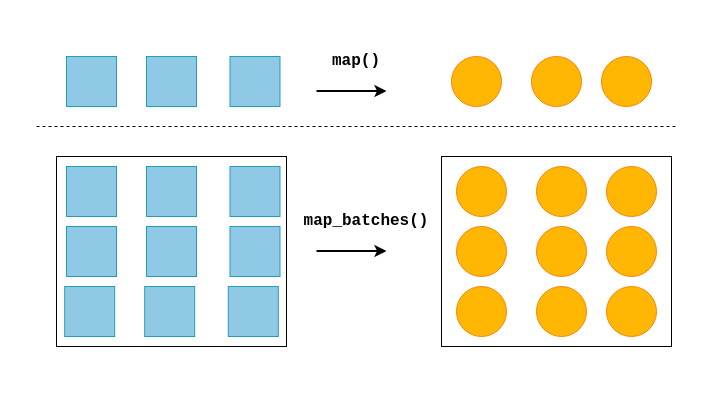
Earlier version of the draw.io diagram drawio/ch-ray-data/map-map-batches.drawio (godaai/scale-py-zh). Source tidied: cells renumbered, new cells numbered last; positions are measured from the earlier drawing's top-left corner, leaving out a move shared by most shapes. Both pictures are drawn from the tidied source at 100%, with x=0, y=0 at pixel (17, 17).
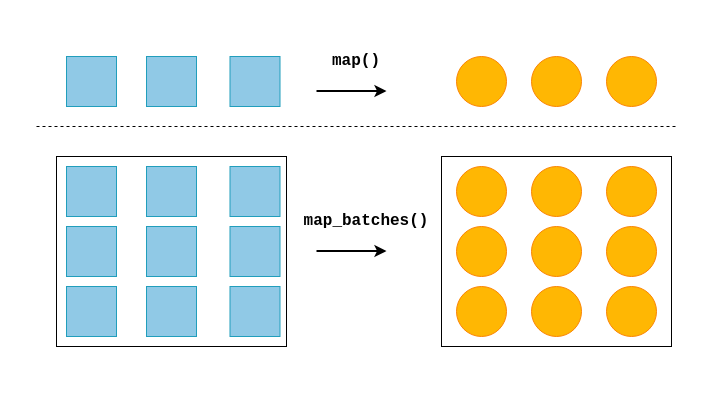
After the change.

What changed in the source:
```diff
@@
     <mxCell id="10" style="ellipse;whiteSpace=wrap;html=1;fontFamily=Courier New;fontSize=16;fillColor=#FFB703;strokeColor=#FB8402;" parent="1" vertex="1">
-      <mxGeometry x="434" y="39" width="50" height="50" as="geometry" />
+      <mxGeometry x="439" y="39" width="50" height="50" as="geometry" />
     </mxCell>
@@
     <mxCell id="12" style="ellipse;whiteSpace=wrap;html=1;fontFamily=Courier New;fontSize=16;fillColor=#FFB703;strokeColor=#FB8402;" parent="1" vertex="1">
-      <mxGeometry x="584" y="39" width="50" height="50" as="geometry" />
+      <mxGeometry x="589" y="39" width="50" height="50" as="geometry" />
     </mxCell>
@@
-    <mxCell id="17" value="&lt;font face=&quot;Courier New&quot; style=&quot;font-size: 16px;&quot;&gt;&lt;b&gt;map_batches()&lt;/b&gt;&lt;/font&gt;" style="text;html=1;strokeColor=none;fillColor=none;align=center;verticalAlign=middle;whiteSpace=wrap;rounded=0;" parent="1" vertex="1">
+    <mxCell id="17" value="&lt;font face=&quot;Courier New&quot; style=&quot;font-size: 16px;&quot;&gt;&lt;b style=&quot;&quot;&gt;map_batches()&lt;/b&gt;&lt;/font&gt;" style="text;html=1;strokeColor=none;fillColor=none;align=center;verticalAlign=middle;whiteSpace=wrap;rounded=0;" parent="1" vertex="1">
       <mxGeometry x="319" y="189" width="60" height="30" as="geometry" />
     </mxCell>
@@
     <mxCell id="19" style="ellipse;whiteSpace=wrap;html=1;fontFamily=Courier New;fontSize=16;fillColor=#FFB703;strokeColor=#FB8402;" parent="1" vertex="1">
-      <mxGeometry x="519" y="149" width="50" height="50" as="geometry" />
+      <mxGeometry x="514" y="149" width="50" height="50" as="geometry" />
     </mxCell>
@@
     <mxCell id="24" style="whiteSpace=wrap;html=1;fillColor=#90C9E6;strokeColor=#219EBC;" parent="1" vertex="1">
-      <mxGeometry x="47.2" y="269" width="50" height="50" as="geometry" />
+      <mxGeometry x="49" y="269" width="50" height="50" as="geometry" />
     </mxCell>
     <mxCell id="25" style="whiteSpace=wrap;html=1;fillColor=#90C9E6;strokeColor=#219EBC;" parent="1" vertex="1">
-      <mxGeometry x="127.2" y="269" width="50" height="50" as="geometry" />
+      <mxGeometry x="129" y="269" width="50" height="50" as="geometry" />
     </mxCell>
     <mxCell id="26" style="whiteSpace=wrap;html=1;fillColor=#90C9E6;strokeColor=#219EBC;" parent="1" vertex="1">
-      <mxGeometry x="210.8" y="269" width="50" height="50" as="geometry" />
+      <mxGeometry x="212.5" y="269" width="50" height="50" as="geometry" />
     </mxCell>
@@
     <mxCell id="28" style="ellipse;whiteSpace=wrap;html=1;fontFamily=Courier New;fontSize=16;fillColor=#FFB703;strokeColor=#FB8402;" parent="1" vertex="1">
-      <mxGeometry x="519" y="209" width="50" height="50" as="geometry" />
+      <mxGeometry x="514" y="209" width="50" height="50" as="geometry" />
     </mxCell>
@@
     <mxCell id="31" style="ellipse;whiteSpace=wrap;html=1;fontFamily=Courier New;fontSize=16;fillColor=#FFB703;strokeColor=#FB8402;" parent="1" vertex="1">
-      <mxGeometry x="519" y="269" width="50" height="50" as="geometry" />
+      <mxGeometry x="514" y="269" width="50" height="50" as="geometry" />
     </mxCell>
```
